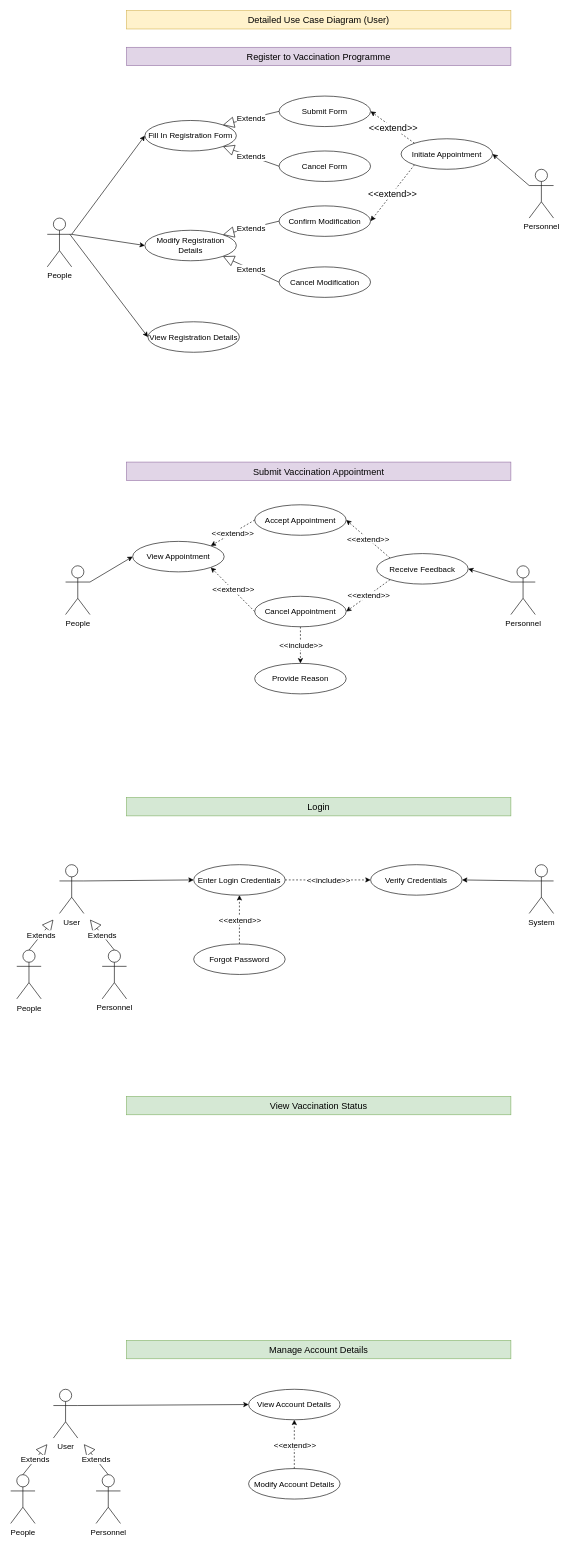
The draw.io diagram page "Yan Yee" (3 of 4) of Diagram/Use Case Diagram.drawio in lydia0423/Covid-19-Vaccination-Registration-System, before the edit. Source tidied: cells renumbered, new cells numbered last; positions are measured from the earlier drawing's top-left corner, leaving out a move shared by most shapes. Both pictures are drawn from the tidied source at 61%, with x=0, y=0 at pixel (10, 10).
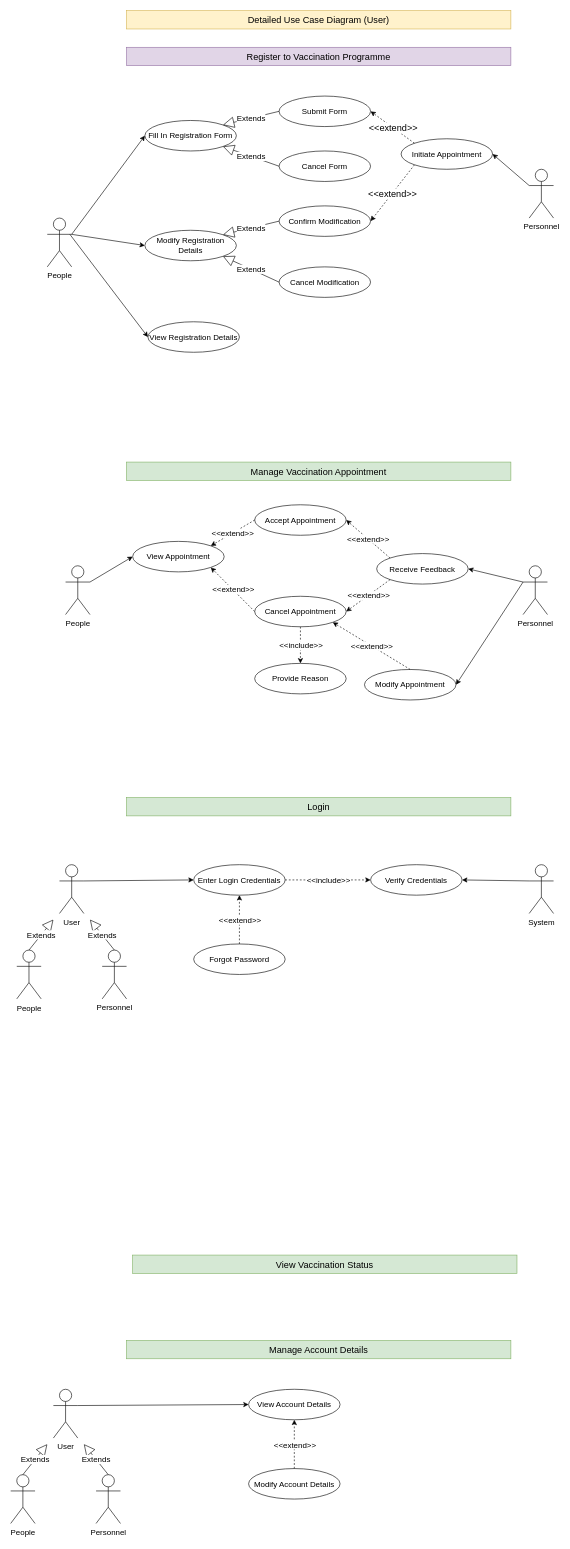
The same diagram, later.

The change refers to these unchanged cells:
```xml
<mxCell id="21" value="Cancel Appointment" style="ellipse;whiteSpace=wrap;html=1;fontSize=13;" parent="1" vertex="1">
  <mxGeometry x="400" y="960" width="150" height="50" as="geometry" />
</mxCell>
```

Diff of the diagram source:
```diff
@@
-    <mxCell id="18" value="&lt;font style=&quot;font-size: 15px;&quot;&gt;Submit Vaccination Appointment&lt;/font&gt;" style="rounded=0;whiteSpace=wrap;html=1;fillColor=#e1d5e7;strokeColor=#9673a6;fontSize=15;" parent="1" vertex="1">
+    <mxCell id="18" value="&lt;font style=&quot;font-size: 15px&quot;&gt;Manage Vaccination Appointment&lt;/font&gt;" style="rounded=0;whiteSpace=wrap;html=1;fillColor=#d5e8d4;strokeColor=#82b366;fontSize=15;" parent="1" vertex="1">
       <mxGeometry x="190" y="740" width="630" height="30" as="geometry" />
     </mxCell>
@@
     <mxCell id="38" value="Personnel" style="shape=umlActor;verticalLabelPosition=bottom;verticalAlign=top;html=1;fontSize=13;" parent="1" vertex="1">
-      <mxGeometry x="820" y="910" width="40" height="80" as="geometry" />
+      <mxGeometry x="840" y="910" width="40" height="80" as="geometry" />
     </mxCell>
@@
-    <mxCell id="58" value="&lt;font style=&quot;font-size: 15px&quot;&gt;View Vaccination Status&lt;/font&gt;" style="rounded=0;whiteSpace=wrap;html=1;fillColor=#d5e8d4;strokeColor=#82b366;fontSize=15;" parent="1" vertex="1">
-      <mxGeometry x="190" y="1780" width="630" height="30" as="geometry" />
-    </mxCell>
@@
+    <mxCell id="58" value="&lt;font style=&quot;font-size: 15px&quot;&gt;View Vaccination Status&lt;/font&gt;" style="rounded=0;whiteSpace=wrap;html=1;fillColor=#d5e8d4;strokeColor=#82b366;fontSize=15;" parent="1" vertex="1">
+      <mxGeometry x="200" y="2040" width="630" height="30" as="geometry" />
+    </mxCell>
+    <mxCell id="74" value="Modify Appointment" style="ellipse;whiteSpace=wrap;html=1;fontSize=13;" parent="1" vertex="1">
+      <mxGeometry x="580" y="1080" width="150" height="50" as="geometry" />
+    </mxCell>
+    <mxCell id="75" style="endArrow=classic;html=1;rounded=0;dashed=1;fontSize=13;exitX=0.5;exitY=0;exitDx=0;exitDy=0;entryX=1;entryY=1;entryDx=0;entryDy=0;" parent="1" edge="1" source="74" target="21">
+      <mxGeometry relative="1" as="geometry" />
+    </mxCell>
+    <mxCell id="76" value="&amp;lt;&amp;lt;extend&amp;gt;&amp;gt;" style="edgeLabel;html=1;align=center;verticalAlign=middle;fontSize=13;" parent="75" vertex="1">
+      <mxGeometry relative="1" as="geometry" />
+    </mxCell>
+    <mxCell id="77" style="endArrow=classic;html=1;rounded=0;fontSize=13;entryX=1;entryY=0.5;entryDx=0;entryDy=0;exitX=0;exitY=0.3333333333333333;exitDx=0;exitDy=0;exitPerimeter=0;" parent="1" edge="1" source="38" target="74">
+      <mxGeometry relative="1" as="geometry" />
+    </mxCell>
```
